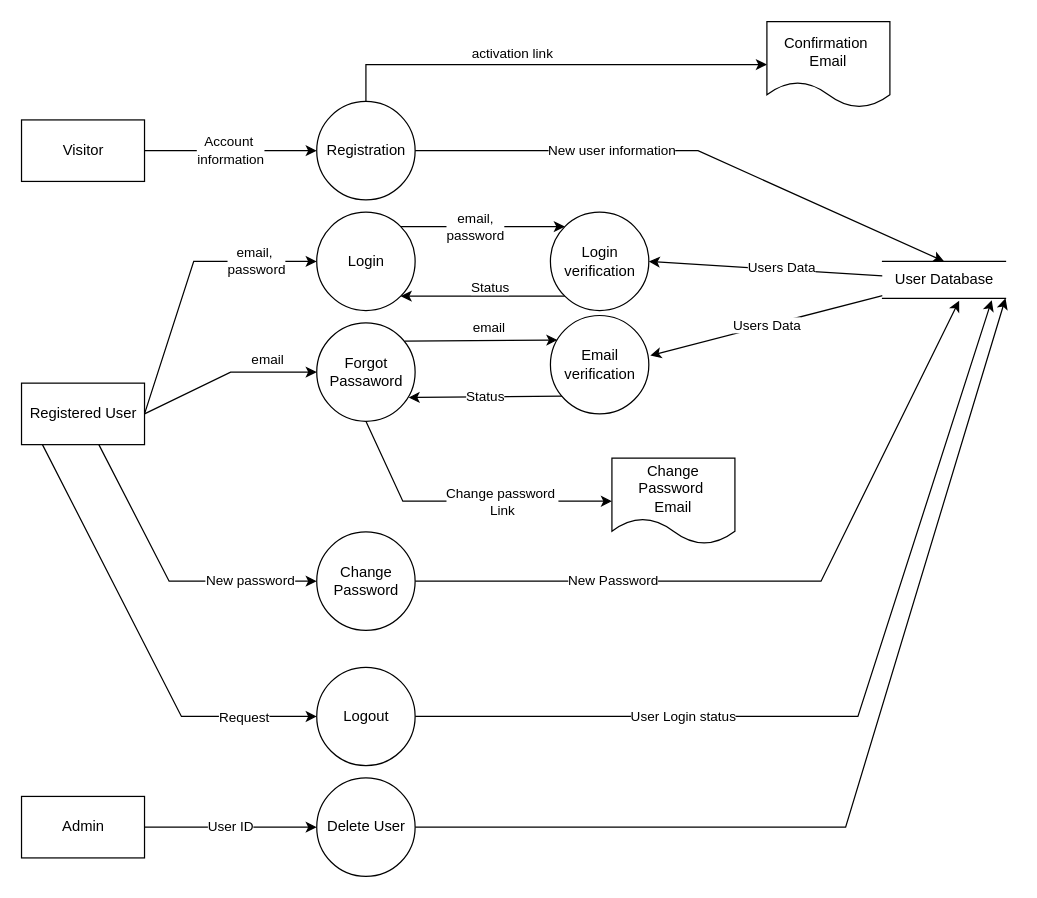
isaac621/PokerLink keeps this draw.io diagram as Login&Registeration_DFD.drawio. Above is the earlier version. Source tidied: cells renumbered, new cells numbered last; positions are measured from the earlier drawing's top-left corner, leaving out a move shared by most shapes. Both pictures are drawn from the tidied source at 123%, with x=0, y=0 at pixel (21, 21).
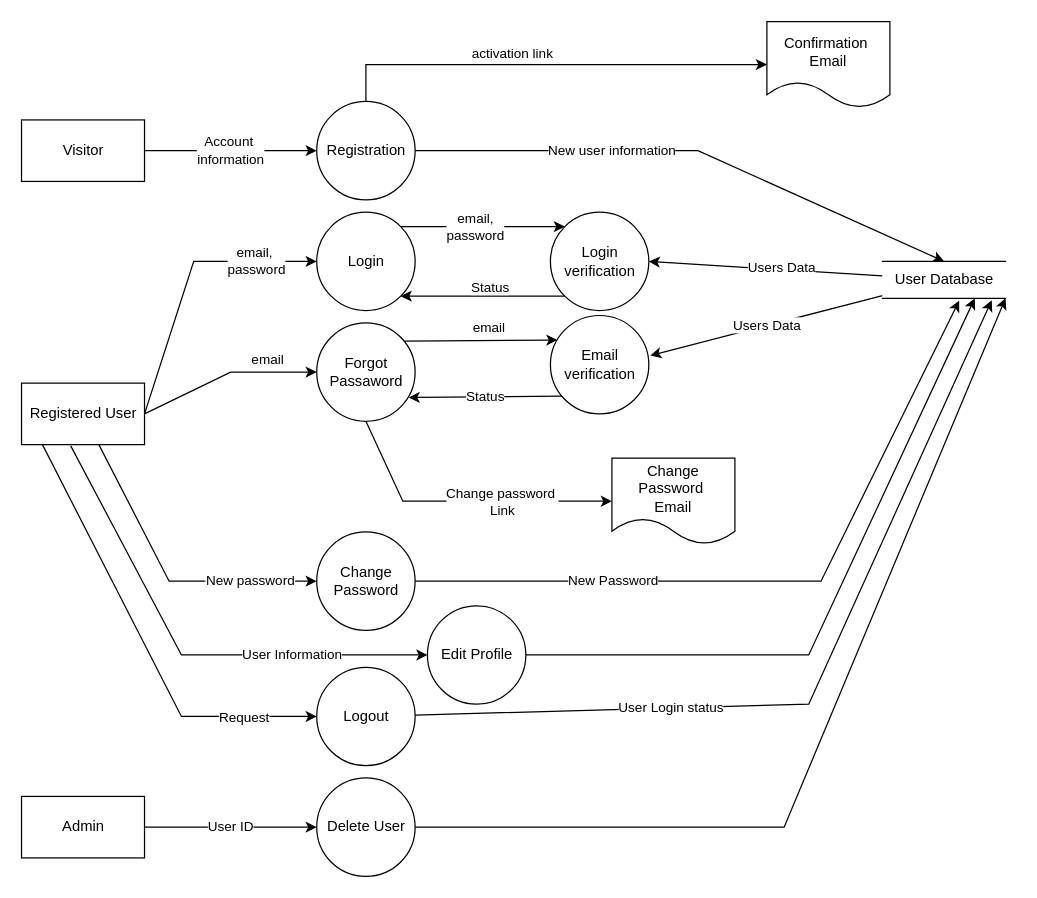
Above is the later version.

Unchanged cells that the change refers to:
```xml
<mxCell id="24" value="User Database" style="html=1;dashed=0;whitespace=wrap;shape=partialRectangle;right=0;left=0;" parent="1" vertex="1">
  <mxGeometry x="700" y="195" width="100" height="30" as="geometry" />
</mxCell>
<mxCell id="34" value="Logout" style="shape=ellipse;html=1;dashed=0;whitespace=wrap;perimeter=ellipsePerimeter;" parent="1" vertex="1">
  <mxGeometry x="240" y="525" width="80" height="80" as="geometry" />
</mxCell>
<mxCell id="38" value="Delete User" style="shape=ellipse;html=1;dashed=0;whitespace=wrap;perimeter=ellipsePerimeter;" parent="1" vertex="1">
  <mxGeometry x="240" y="615" width="80" height="80" as="geometry" />
</mxCell>
```

What changed in the source:
```diff
@@
+    <mxCell id="39" value="User Information" style="rounded=0;jettySize=auto;html=1;entryX=0;entryY=0.5;entryDx=0;entryDy=0;" parent="1" edge="1" target="41">
+      <mxGeometry x="0.44" relative="1" as="geometry">
+        <mxPoint x="40" y="345" as="sourcePoint" />
+        <Array as="points">
+          <mxPoint x="130" y="515" />
+        </Array>
+      </mxGeometry>
+    </mxCell>
@@
     <mxCell id="33" value="User Login status" style="edgeStyle=none;rounded=0;jettySize=auto;html=1;entryX=0.888;entryY=1.053;entryDx=0;entryDy=0;entryPerimeter=0;startArrow=none;startFill=0;endArrow=classic;endFill=1;" parent="1" edge="1" source="34" target="24">
       <mxGeometry x="-0.39" relative="1" as="geometry">
         <Array as="points">
-          <mxPoint x="680" y="565" />
+          <mxPoint x="640" y="555" />
         </Array>
       </mxGeometry>
     </mxCell>
@@
     <mxCell id="35" style="edgeStyle=none;rounded=0;jettySize=auto;html=1;entryX=1;entryY=1;entryDx=0;entryDy=0;startArrow=none;startFill=0;endArrow=classic;endFill=1;exitX=1;exitY=0.5;exitDx=0;exitDy=0;" parent="1" edge="1" source="38" target="24">
       <mxGeometry relative="1" as="geometry">
         <Array as="points">
-          <mxPoint x="670" y="655" />
+          <mxPoint x="620" y="655" />
         </Array>
       </mxGeometry>
     </mxCell>
@@
+    <mxCell id="40" style="edgeStyle=none;rounded=0;jettySize=auto;html=1;entryX=0.75;entryY=1;entryDx=0;entryDy=0;" parent="1" edge="1" source="41" target="24">
+      <mxGeometry relative="1" as="geometry">
+        <Array as="points">
+          <mxPoint x="640" y="515" />
+        </Array>
+      </mxGeometry>
+    </mxCell>
+    <mxCell id="41" value="Edit Profile" style="shape=ellipse;html=1;dashed=0;whitespace=wrap;perimeter=ellipsePerimeter;" parent="1" vertex="1">
+      <mxGeometry x="330" y="475" width="80" height="80" as="geometry" />
+    </mxCell>
```
